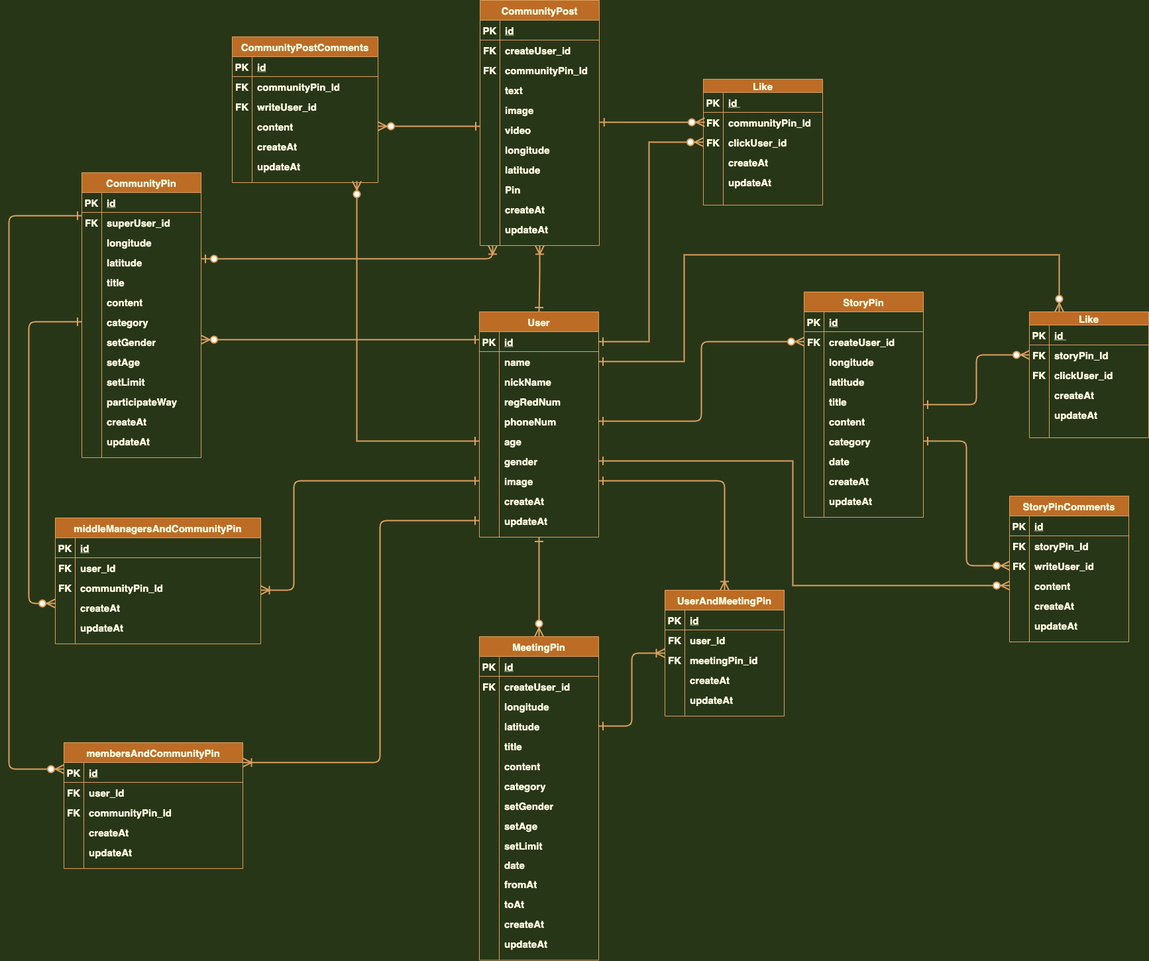
hadacorp/Pins_backend keeps this draw.io diagram as DB_Modeling/Erd-image/Pins-mvp.png. Above is the earlier version. Source tidied: cells renumbered, new cells last; positions are measured from the earlier drawing's top-left corner, leaving out a move shared by most shapes.
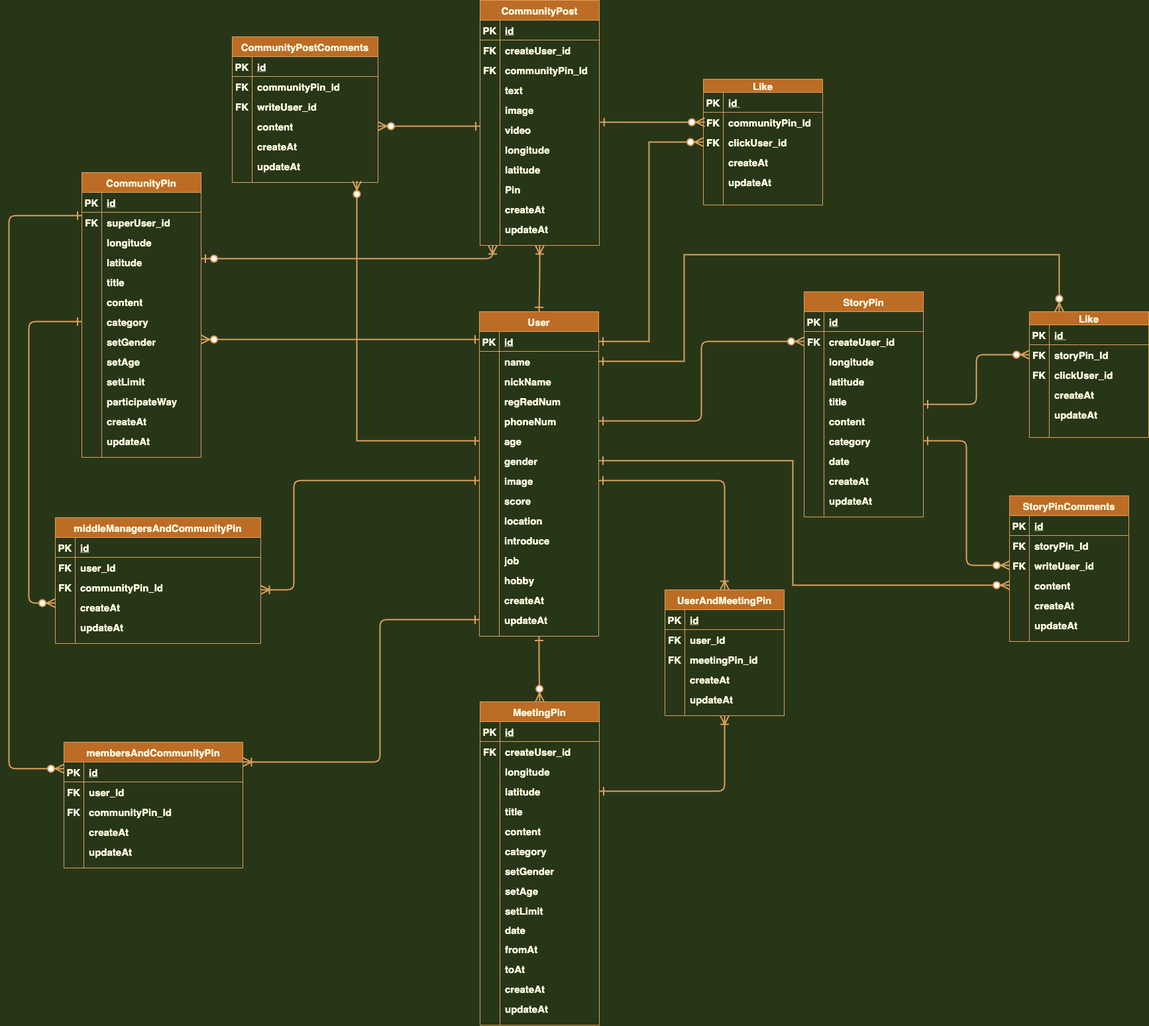
The same diagram one commit later.

Change to the diagram source:
```diff
@@ -3,7 +3,7 @@
     <mxCell id="0" />
     <mxCell id="1" parent="0" />
     <mxCell id="2" value="User" style="shape=table;startSize=30;rowLines=0;fontStyle=1;align=center;rounded=0;sketch=0;fillColor=#BC6C25;fontColor=#FEFAE0;strokeColor=#DDA15E;fontSize=15;" parent="1" vertex="1">
-      <mxGeometry x="710" y="470" width="180" height="340" as="geometry" />
+      <mxGeometry x="710" y="470" width="180" height="490" as="geometry" />
     </mxCell>
     <mxCell id="3" style="shape=partialRectangle;fillColor=none;top=0;left=0;bottom=1;right=0;points=[[0,0.5],[1,0.5]];portConstraint=eastwest;fontColor=#FEFAE0;strokeColor=#DDA15E;fontSize=15;fontStyle=1;" parent="2" vertex="1">
       <mxGeometry y="30" width="180" height="30" as="geometry" />
@@ -77,8 +77,53 @@
     <mxCell id="26" value="image" style="shape=partialRectangle;fillColor=none;top=0;left=0;bottom=0;right=0;align=left;spacingLeft=6;overflow=hidden;strokeColor=#DDA15E;fontColor=#FEFAE0;fontSize=15;fontStyle=1;" parent="24" vertex="1">
       <mxGeometry x="30" width="150" height="30" as="geometry" />
     </mxCell>
+    <mxCell id="321" style="shape=partialRectangle;fillColor=none;top=0;left=0;bottom=0;right=0;rounded=0;sketch=0;fontColor=#FEFAE0;strokeColor=#DDA15E;fontSize=15;fontStyle=1;" parent="2" vertex="1">
+      <mxGeometry y="270" width="180" height="30" as="geometry" />
+    </mxCell>
+    <mxCell id="322" style="shape=partialRectangle;fillColor=none;top=0;left=0;bottom=0;right=0;overflow=hidden;strokeColor=#DDA15E;fontColor=#FEFAE0;fontSize=15;fontStyle=1;" parent="321" vertex="1">
+      <mxGeometry width="30" height="30" as="geometry" />
+    </mxCell>
+    <mxCell id="323" value="score" style="shape=partialRectangle;fillColor=none;top=0;left=0;bottom=0;right=0;align=left;spacingLeft=6;overflow=hidden;strokeColor=#DDA15E;fontColor=#FEFAE0;fontSize=15;fontStyle=1;" parent="321" vertex="1">
+      <mxGeometry x="30" width="150" height="30" as="geometry" />
+    </mxCell>
+    <mxCell id="324" style="shape=partialRectangle;fillColor=none;top=0;left=0;bottom=0;right=0;rounded=0;sketch=0;fontColor=#FEFAE0;strokeColor=#DDA15E;fontSize=15;fontStyle=1;" parent="2" vertex="1">
+      <mxGeometry y="300" width="180" height="30" as="geometry" />
+    </mxCell>
+    <mxCell id="325" style="shape=partialRectangle;fillColor=none;top=0;left=0;bottom=0;right=0;overflow=hidden;strokeColor=#DDA15E;fontColor=#FEFAE0;fontSize=15;fontStyle=1;" parent="324" vertex="1">
+      <mxGeometry width="30" height="30" as="geometry" />
+    </mxCell>
+    <mxCell id="326" value="location" style="shape=partialRectangle;fillColor=none;top=0;left=0;bottom=0;right=0;align=left;spacingLeft=6;overflow=hidden;strokeColor=#DDA15E;fontColor=#FEFAE0;fontSize=15;fontStyle=1;" parent="324" vertex="1">
+      <mxGeometry x="30" width="150" height="30" as="geometry" />
+    </mxCell>
+    <mxCell id="327" style="shape=partialRectangle;fillColor=none;top=0;left=0;bottom=0;right=0;rounded=0;sketch=0;fontColor=#FEFAE0;strokeColor=#DDA15E;fontSize=15;fontStyle=1;" parent="2" vertex="1">
+      <mxGeometry y="330" width="180" height="30" as="geometry" />
+    </mxCell>
+    <mxCell id="328" style="shape=partialRectangle;fillColor=none;top=0;left=0;bottom=0;right=0;overflow=hidden;strokeColor=#DDA15E;fontColor=#FEFAE0;fontSize=15;fontStyle=1;" parent="327" vertex="1">
+      <mxGeometry width="30" height="30" as="geometry" />
+    </mxCell>
+    <mxCell id="329" value="introduce" style="shape=partialRectangle;fillColor=none;top=0;left=0;bottom=0;right=0;align=left;spacingLeft=6;overflow=hidden;strokeColor=#DDA15E;fontColor=#FEFAE0;fontSize=15;fontStyle=1;" parent="327" vertex="1">
+      <mxGeometry x="30" width="150" height="30" as="geometry" />
+    </mxCell>
+    <mxCell id="330" style="shape=partialRectangle;fillColor=none;top=0;left=0;bottom=0;right=0;rounded=0;sketch=0;fontColor=#FEFAE0;strokeColor=#DDA15E;fontSize=15;fontStyle=1;" parent="2" vertex="1">
+      <mxGeometry y="360" width="180" height="30" as="geometry" />
+    </mxCell>
+    <mxCell id="331" style="shape=partialRectangle;fillColor=none;top=0;left=0;bottom=0;right=0;overflow=hidden;strokeColor=#DDA15E;fontColor=#FEFAE0;fontSize=15;fontStyle=1;" parent="330" vertex="1">
+      <mxGeometry width="30" height="30" as="geometry" />
+    </mxCell>
+    <mxCell id="332" value="job" style="shape=partialRectangle;fillColor=none;top=0;left=0;bottom=0;right=0;align=left;spacingLeft=6;overflow=hidden;strokeColor=#DDA15E;fontColor=#FEFAE0;fontSize=15;fontStyle=1;" parent="330" vertex="1">
+      <mxGeometry x="30" width="150" height="30" as="geometry" />
+    </mxCell>
+    <mxCell id="333" style="shape=partialRectangle;fillColor=none;top=0;left=0;bottom=0;right=0;rounded=0;sketch=0;fontColor=#FEFAE0;strokeColor=#DDA15E;fontSize=15;fontStyle=1;" parent="2" vertex="1">
+      <mxGeometry y="390" width="180" height="30" as="geometry" />
+    </mxCell>
+    <mxCell id="334" style="shape=partialRectangle;fillColor=none;top=0;left=0;bottom=0;right=0;overflow=hidden;strokeColor=#DDA15E;fontColor=#FEFAE0;fontSize=15;fontStyle=1;" parent="333" vertex="1">
+      <mxGeometry width="30" height="30" as="geometry" />
+    </mxCell>
+    <mxCell id="335" value="hobby" style="shape=partialRectangle;fillColor=none;top=0;left=0;bottom=0;right=0;align=left;spacingLeft=6;overflow=hidden;strokeColor=#DDA15E;fontColor=#FEFAE0;fontSize=15;fontStyle=1;" parent="333" vertex="1">
+      <mxGeometry x="30" width="150" height="30" as="geometry" />
+    </mxCell>
     <mxCell id="27" style="shape=partialRectangle;fillColor=none;top=0;left=0;bottom=0;right=0;rounded=0;sketch=0;fontColor=#FEFAE0;strokeColor=#DDA15E;fontSize=15;fontStyle=1;" parent="2" vertex="1">
-      <mxGeometry y="270" width="180" height="30" as="geometry" />
+      <mxGeometry y="420" width="180" height="30" as="geometry" />
     </mxCell>
     <mxCell id="28" style="shape=partialRectangle;fillColor=none;top=0;left=0;bottom=0;right=0;overflow=hidden;strokeColor=#DDA15E;fontColor=#FEFAE0;fontSize=15;fontStyle=1;" parent="27" vertex="1">
       <mxGeometry width="30" height="30" as="geometry" />
@@ -87,7 +132,7 @@
       <mxGeometry x="30" width="150" height="30" as="geometry" />
     </mxCell>
     <mxCell id="30" style="shape=partialRectangle;fillColor=none;top=0;left=0;bottom=0;right=0;points=[[0,0.5],[1,0.5]];portConstraint=eastwest;rounded=0;sketch=0;fontColor=#FEFAE0;strokeColor=#DDA15E;fontSize=15;fontStyle=1;" parent="2" vertex="1">
-      <mxGeometry y="300" width="180" height="30" as="geometry" />
+      <mxGeometry y="450" width="180" height="30" as="geometry" />
     </mxCell>
     <mxCell id="31" style="shape=partialRectangle;fillColor=none;top=0;left=0;bottom=0;right=0;overflow=hidden;strokeColor=#DDA15E;fontColor=#FEFAE0;fontSize=15;fontStyle=1;" parent="30" vertex="1">
       <mxGeometry width="30" height="30" as="geometry" />
@@ -322,7 +367,7 @@
       <mxGeometry x="30" width="150" height="30" as="geometry" />
     </mxCell>
     <mxCell id="106" value="MeetingPin" style="shape=table;startSize=30;rowLines=0;fontStyle=1;align=center;rounded=0;sketch=0;fillColor=#BC6C25;fontColor=#FEFAE0;strokeColor=#DDA15E;fontSize=15;" parent="1" vertex="1">
-      <mxGeometry x="710" y="960" width="180" height="488.3" as="geometry" />
+      <mxGeometry x="711" y="1059" width="180" height="488.3" as="geometry" />
     </mxCell>
     <mxCell id="107" style="shape=partialRectangle;fillColor=none;top=0;left=0;bottom=1;right=0;fontColor=#FEFAE0;strokeColor=#DDA15E;fontSize=15;fontStyle=1;" parent="106" vertex="1">
       <mxGeometry y="30" width="180" height="30" as="geometry" />
@@ -923,7 +968,7 @@
       <mxGeometry relative="1" as="geometry">
         <Array as="points">
           <mxPoint x="560" y="1150" />
-          <mxPoint x="560" y="785" />
+          <mxPoint x="560" y="935" />
         </Array>
       </mxGeometry>
     </mxCell>
```
